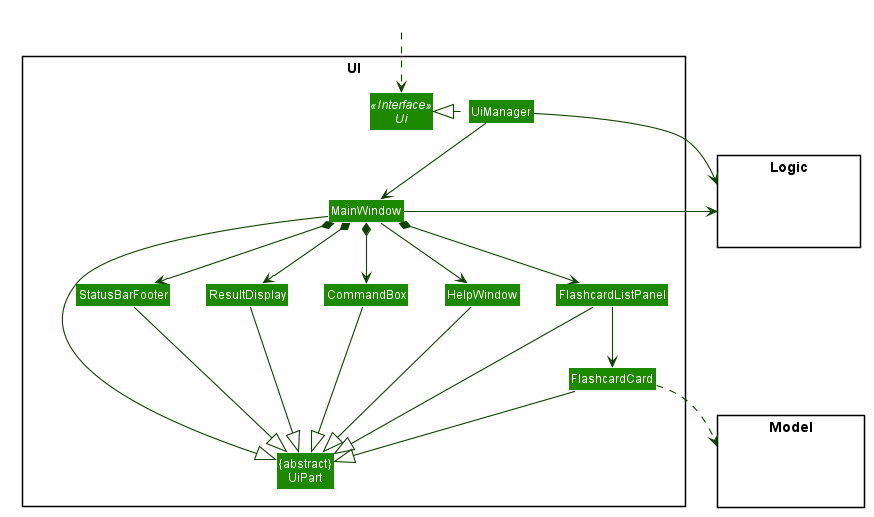
Before: docs/images/UiClassDiagram.png, a diagram exported from PlantUML (ysr25/tp).
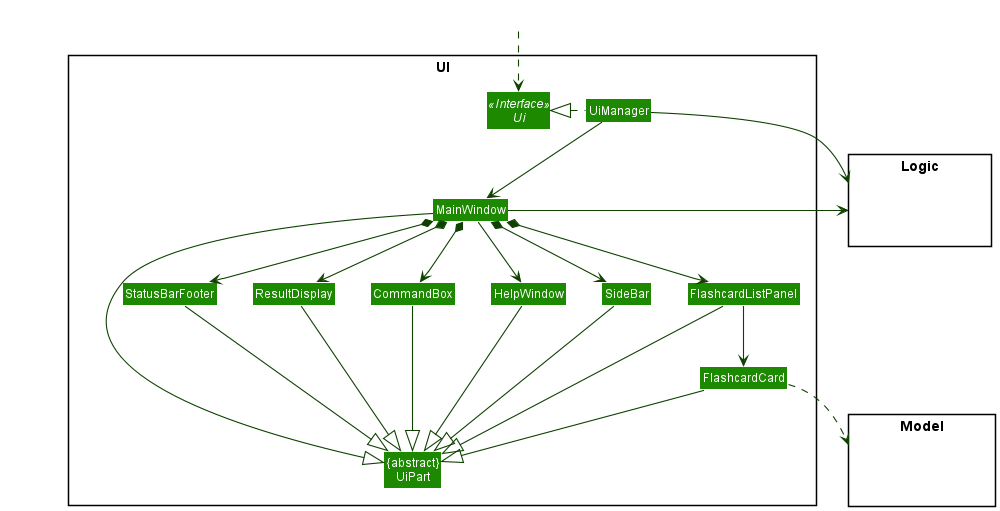
The same file after the commit.

The edit, as a diff of the source:
```diff
@@ -1,55 +1,8 @@
 @startuml
-
-
-
-
-
-
-
-
-skinparam BackgroundColor #FFFFFFF
-
-skinparam Shadowing false
-
-skinparam Class {
-    FontColor #FFFFFF
-    BorderThickness 1
-    BorderColor #FFFFFF
-    StereotypeFontColor #FFFFFF
-    FontName Arial
-}
-
-skinparam Actor {
-    BorderColor #000000
-    Color #000000
-    FontName Arial
-}
-
-skinparam Sequence {
-    MessageAlign center
-    BoxFontSize 15
-    BoxPadding 0
-    BoxFontColor #FFFFFF
-    FontName Arial
-}
-
-skinparam Participant {
-    FontColor #FFFFFFF
-    Padding 20
-}
-
-skinparam MinClassWidth 50
-skinparam ParticipantPadding 10
-skinparam Shadowing false
-skinparam DefaultTextAlignment center
-skinparam packageStyle Rectangle
-
-hide footbox
-hide members
-hide circle
+!include style.puml
 skinparam arrowThickness 1.1
-skinparam arrowColor #0E4100
-skinparam classBackgroundColor #1D8900
+skinparam arrowColor UI_COLOR_T4
+skinparam classBackgroundColor UI_COLOR
 
 package UI <<Rectangle>>{
 Interface Ui <<Interface>>
@@ -62,6 +15,7 @@
 Class FlashcardCard
 Class StatusBarFooter
 Class CommandBox
+Class SideBar
 }
 
 package Model <<Rectangle>> {
@@ -82,6 +36,7 @@
 MainWindow *-down-> ResultDisplay
 MainWindow *-down-> FlashcardListPanel
 MainWindow *-down-> StatusBarFooter
+MainWindow *-down-> SideBar
 
 FlashcardListPanel -down-> FlashcardCard
 
@@ -92,13 +47,15 @@
 FlashcardListPanel --|> UiPart
 FlashcardCard --|> UiPart
 StatusBarFooter --|> UiPart
+SideBar --|> UiPart
 HelpWindow -down-|> UiPart
 
 FlashcardCard ..> Model
 UiManager -right-> Logic
 MainWindow -left-> Logic
 
-FlashcardListPanel -[hidden]left- HelpWindow
+FlashcardListPanel -[hidden]left- SideBar
+SideBar -[hidden]left- HelpWindow
 HelpWindow -[hidden]left- CommandBox
 CommandBox -[hidden]left- ResultDisplay
 ResultDisplay -[hidden]left- StatusBarFooter
```
